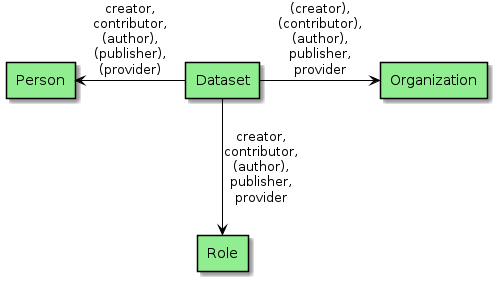
Earlier version of the PlantUML export series/diagrams/Contact.png (eovoc/eo-on-schema.org).
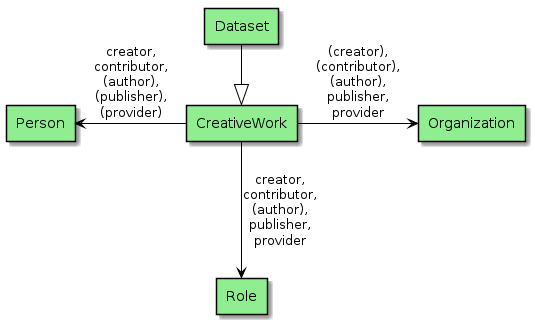
After the commit.

Change to the diagram source:
```diff
@@ -18,10 +18,12 @@
 agent Organization
 agent Person
 agent Role
+agent CreativeWork
 
+CreativeWork <|-up- Dataset
 
-Dataset -right-> Organization : "(creator),\n(contributor),\n(author),\npublisher,\nprovider"
+CreativeWork -right-> Organization : "(creator),\n(contributor),\n(author),\npublisher,\nprovider"
 
-Dataset -left-> Person : "creator,\ncontributor,\n(author),\n(publisher),\n(provider)"
-Dataset --> Role : "creator,\ncontributor,\n(author),\npublisher,\nprovider"
+CreativeWork -left-> Person : "creator,\ncontributor,\n(author),\n(publisher),\n(provider)"
+CreativeWork --> Role : "creator,\ncontributor,\n(author),\npublisher,\nprovider"
 @enduml
```
